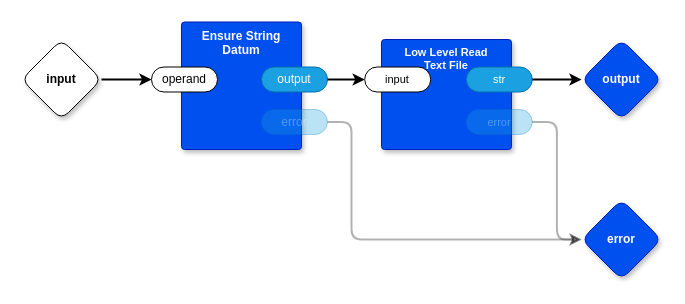
Above: page "Read Text File" (15 of 15) of find-and-replace.drawio in guitarvydas/find-and-replace (draw.io), before the change. Source tidied: cells renumbered, new cells numbered last; positions are measured from the earlier drawing's top-left corner, leaving out a move shared by most shapes. Both pictures are drawn from the tidied source at 100%, with x=0, y=0 at pixel (21, 21).
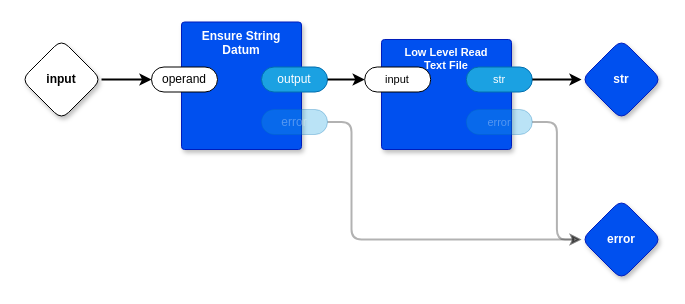
After the change.

What changed in the source:
```diff
@@
 <mxGraphModel>
   <root>
     <mxCell id="0" />
     <mxCell id="1" parent="0" />
     <mxCell id="2" value="Ensure String Datum" style="rounded=1;whiteSpace=wrap;html=1;sketch=0;verticalAlign=top;arcSize=6;fontStyle=1;absoluteArcSize=1;shadow=1;strokeColor=#001DBC;fillColor=#0050ef;fontColor=#ffffff;" parent="1" vertex="1">
       <mxGeometry x="160" y="0.5" width="120" height="127.5" as="geometry" />
     </mxCell>
     <mxCell id="3" value="operand" style="rounded=1;whiteSpace=wrap;html=1;sketch=0;points=[[0,0.5,0,0,0],[1,0.5,0,0,0]];arcSize=50;" parent="2" vertex="1">
       <mxGeometry x="-30" y="45" width="66" height="25" as="geometry" />
     </mxCell>
     <mxCell id="4" value="output" style="rounded=1;whiteSpace=wrap;html=1;sketch=0;points=[[0,0.5,0,0,0],[1,0.5,0,0,0]];fillColor=#1ba1e2;fontColor=#ffffff;strokeColor=#006EAF;arcSize=50;" parent="2" vertex="1">
       <mxGeometry x="80" y="45" width="66" height="25" as="geometry" />
     </mxCell>
     <mxCell id="5" value="Low Level Read &lt;br&gt;Text File" style="rounded=1;whiteSpace=wrap;html=1;sketch=0;verticalAlign=top;arcSize=6;fontStyle=1;absoluteArcSize=1;shadow=1;strokeColor=#001DBC;fillColor=#0050ef;fontColor=#ffffff;fontFamily=Helvetica;fontSize=11;" parent="1" vertex="1">
       <mxGeometry x="360" y="18" width="130" height="110" as="geometry" />
     </mxCell>
     <mxCell id="6" value="input" style="rounded=1;whiteSpace=wrap;html=1;sketch=0;points=[[0,0.5,0,0,0],[1,0.5,0,0,0]];arcSize=50;fontFamily=Helvetica;fontSize=11;fontColor=default;" parent="5" vertex="1">
       <mxGeometry x="-16.8" y="27.5" width="66" height="25" as="geometry" />
     </mxCell>
     <mxCell id="7" value="str" style="rounded=1;whiteSpace=wrap;html=1;sketch=0;points=[[0,0.5,0,0,0],[1,0.5,0,0,0]];fillColor=#1ba1e2;fontColor=#ffffff;strokeColor=#006EAF;arcSize=50;fontFamily=Helvetica;fontSize=11;" parent="5" vertex="1">
       <mxGeometry x="84.8" y="27.5" width="66" height="25" as="geometry" />
     </mxCell>
     <mxCell id="8" value="error" style="rounded=1;whiteSpace=wrap;html=1;sketch=0;points=[[0,0.5,0,0,0],[1,0.5,0,0,0]];fillColor=#1ba1e2;fontColor=#ffffff;strokeColor=#006EAF;arcSize=50;fontFamily=Helvetica;fontSize=11;textOpacity=30;opacity=30;" parent="5" vertex="1">
       <mxGeometry x="84.8" y="70" width="66" height="25" as="geometry" />
     </mxCell>
     <mxCell id="9" style="edgeStyle=orthogonalEdgeStyle;shape=connector;rounded=1;jettySize=auto;html=1;exitX=1;exitY=0.5;exitDx=0;exitDy=0;exitPerimeter=0;labelBackgroundColor=default;strokeColor=default;strokeWidth=2;fontFamily=Helvetica;fontSize=11;fontColor=default;endArrow=classic;entryX=0;entryY=0.5;entryDx=0;entryDy=0;entryPerimeter=0;opacity=30;" parent="1" edge="1" source="10" target="15">
       <mxGeometry relative="1" as="geometry">
         <Array as="points">
           <mxPoint x="330" y="101" />
           <mxPoint x="330" y="218" />
         </Array>
       </mxGeometry>
     </mxCell>
     <mxCell id="10" value="error" style="rounded=1;whiteSpace=wrap;html=1;sketch=0;points=[[0,0.5,0,0,0],[1,0.5,0,0,0]];fillColor=#1ba1e2;fontColor=#ffffff;strokeColor=#006EAF;arcSize=50;opacity=30;textOpacity=30;" parent="1" vertex="1">
       <mxGeometry x="240" y="88" width="66" height="25" as="geometry" />
     </mxCell>
     <mxCell id="11" style="edgeStyle=orthogonalEdgeStyle;shape=connector;rounded=1;jettySize=auto;html=1;entryX=0;entryY=0.5;entryDx=0;entryDy=0;entryPerimeter=0;labelBackgroundColor=default;strokeColor=default;strokeWidth=2;fontFamily=Helvetica;fontSize=11;fontColor=default;endArrow=classic;" parent="1" edge="1" source="12" target="3">
       <mxGeometry relative="1" as="geometry" />
     </mxCell>
     <mxCell id="12" value="input" style="rhombus;whiteSpace=wrap;html=1;rounded=1;fontStyle=1;glass=0;sketch=0;fontSize=12;points=[[0,0.5,0,0,0],[0.5,0,0,0,0],[0.5,1,0,0,0],[1,0.5,0,0,0]];shadow=1;fontFamily=Helvetica;fontColor=default;" parent="1" vertex="1">
       <mxGeometry y="18" width="80" height="80" as="geometry" />
     </mxCell>
-    <mxCell id="13" value="output" style="rhombus;whiteSpace=wrap;html=1;rounded=1;fillColor=#0050ef;fontColor=#ffffff;strokeColor=#001DBC;fontStyle=1;glass=0;sketch=0;fontSize=12;points=[[0,0.5,0,0,0],[0.5,0,0,0,0],[0.5,1,0,0,0],[1,0.5,0,0,0]];shadow=1;fontFamily=Helvetica;" parent="1" vertex="1">
+    <mxCell id="13" value="str" style="rhombus;whiteSpace=wrap;html=1;rounded=1;fillColor=#0050ef;fontColor=#ffffff;strokeColor=#001DBC;fontStyle=1;glass=0;sketch=0;fontSize=12;points=[[0,0.5,0,0,0],[0.5,0,0,0,0],[0.5,1,0,0,0],[1,0.5,0,0,0]];shadow=1;fontFamily=Helvetica;" parent="1" vertex="1">
       <mxGeometry x="560" y="18" width="80" height="80" as="geometry" />
     </mxCell>
     <mxCell id="14" style="edgeStyle=orthogonalEdgeStyle;shape=connector;rounded=1;jettySize=auto;html=1;exitX=1;exitY=0.5;exitDx=0;exitDy=0;exitPerimeter=0;entryX=0;entryY=0.5;entryDx=0;entryDy=0;entryPerimeter=0;labelBackgroundColor=default;strokeColor=default;strokeWidth=2;fontFamily=Helvetica;fontSize=11;fontColor=default;endArrow=classic;" parent="1" edge="1" source="7" target="13">
       <mxGeometry relative="1" as="geometry" />
     </mxCell>
     <mxCell id="15" value="error" style="rhombus;whiteSpace=wrap;html=1;rounded=1;fillColor=#0050ef;fontColor=#ffffff;strokeColor=#001DBC;fontStyle=1;glass=0;sketch=0;fontSize=12;points=[[0,0.5,0,0,0],[0.5,0,0,0,0],[0.5,1,0,0,0],[1,0.5,0,0,0]];shadow=1;fontFamily=Helvetica;" parent="1" vertex="1">
       <mxGeometry x="560" y="178" width="80" height="80" as="geometry" />
     </mxCell>
     <mxCell id="16" style="edgeStyle=orthogonalEdgeStyle;shape=connector;rounded=1;jettySize=auto;html=1;exitX=1;exitY=0.5;exitDx=0;exitDy=0;exitPerimeter=0;entryX=0;entryY=0.5;entryDx=0;entryDy=0;entryPerimeter=0;labelBackgroundColor=default;strokeColor=default;strokeWidth=2;fontFamily=Helvetica;fontSize=11;fontColor=default;endArrow=classic;opacity=30;" parent="1" edge="1" source="8" target="15">
       <mxGeometry relative="1" as="geometry" />
     </mxCell>
     <mxCell id="17" style="edgeStyle=orthogonalEdgeStyle;shape=connector;rounded=1;jettySize=auto;html=1;exitX=1;exitY=0.5;exitDx=0;exitDy=0;exitPerimeter=0;entryX=0;entryY=0.5;entryDx=0;entryDy=0;entryPerimeter=0;labelBackgroundColor=default;strokeColor=default;strokeWidth=2;fontFamily=Helvetica;fontSize=11;fontColor=default;endArrow=classic;" parent="1" edge="1" source="4" target="6">
       <mxGeometry relative="1" as="geometry" />
     </mxCell>
   </root>
 </mxGraphModel>
```
